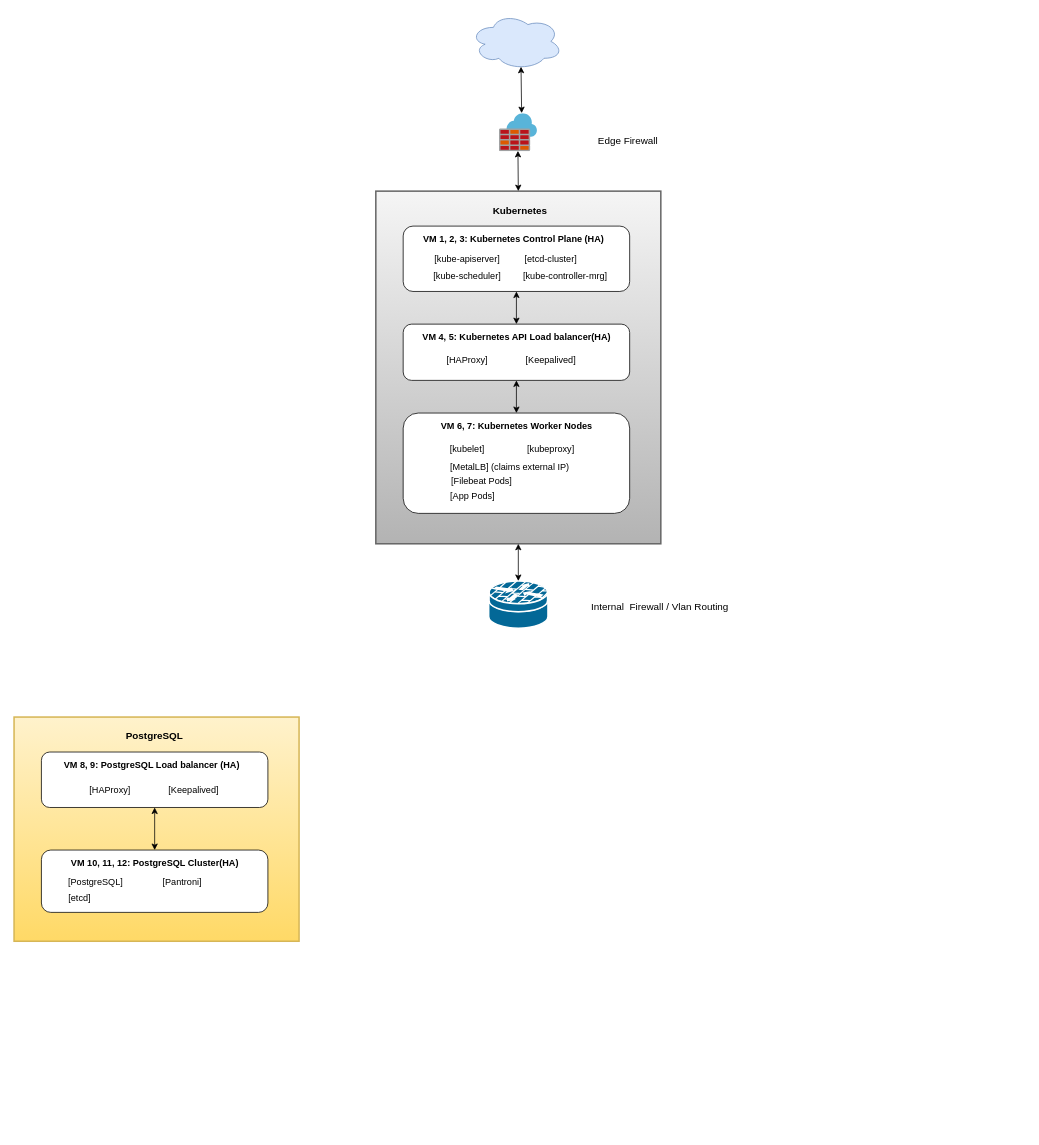
Above: HighLoad_FinalProject.drawio in fueller-max/otus_HighLoad (draw.io), before the change. Source tidied: cells renumbered, new cells numbered last; positions are measured from the earlier drawing's top-left corner, leaving out a move shared by most shapes. Both pictures are drawn from the tidied source at 76%, with x=0, y=0 at pixel (14, 13).
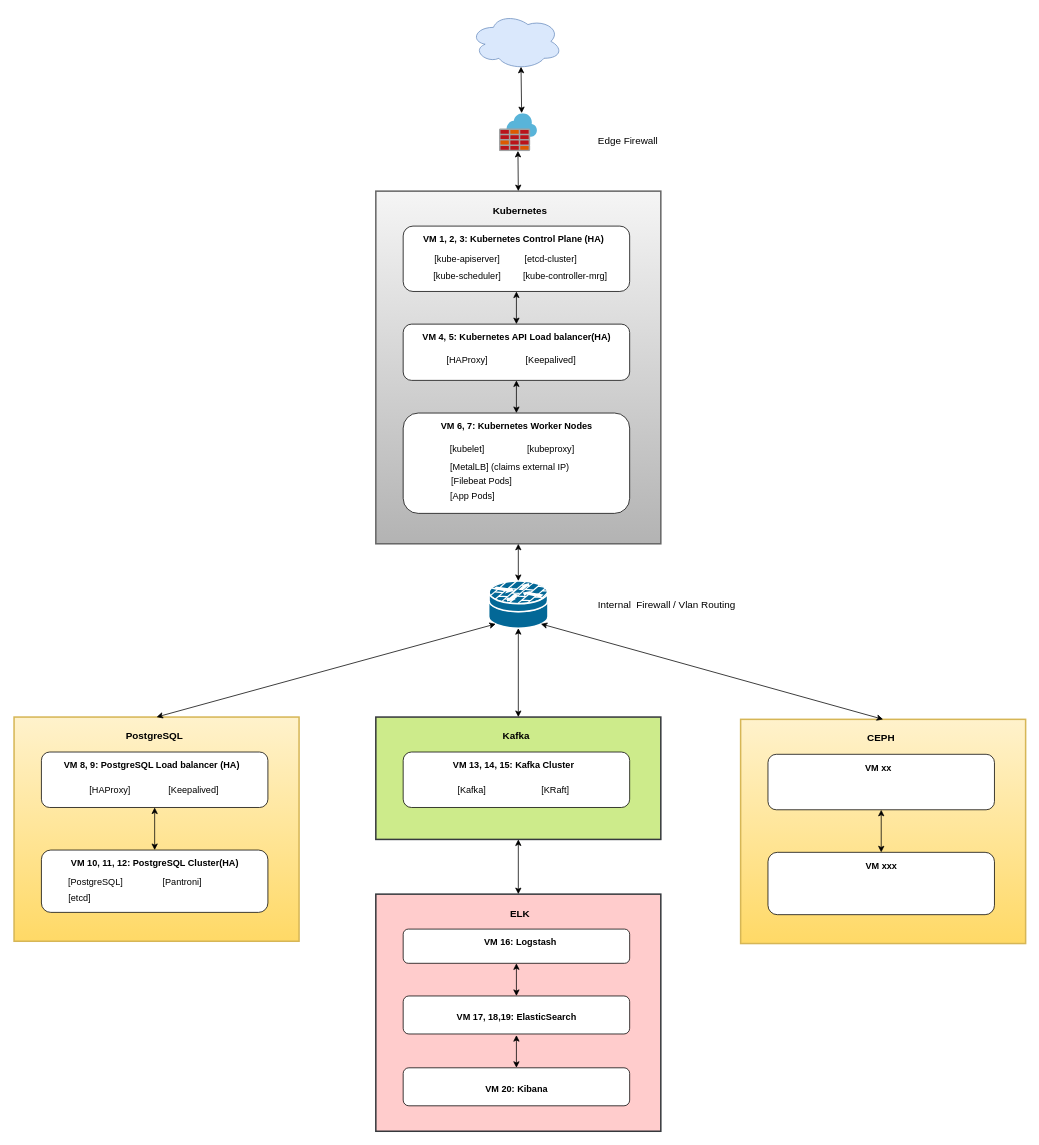
The same page after the edit.

The change refers to these unchanged cells:
```xml
<mxCell id="27" style="strokeColor=#ffffff;sketch=0;html=1;dashed=0;fillColor=#036897;strokeWidth=2;verticalLabelPosition=bottom;verticalAlign=top;align=center;outlineConnect=0;shape=mxgraph.cisco.security.router_firewall;" parent="1" vertex="1">
  <mxGeometry x="624.5" y="747" width="78" height="62" as="geometry" />
</mxCell>
<mxCell id="30" style="rounded=0;whiteSpace=wrap;html=1;strokeWidth=2;fillColor=#fff2cc;strokeColor=#d6b656;gradientColor=#ffd966;" parent="1" vertex="1">
  <mxGeometry y="926" width="375" height="295" as="geometry" />
</mxCell>
```

Change to the diagram source:
```diff
@@
     <mxCell id="28" value="&lt;font style=&quot;font-size: 13px;&quot;&gt;Internal&amp;nbsp; Firewall / Vlan Routing&lt;/font&gt;" style="text;html=1;whiteSpace=wrap;strokeColor=none;fillColor=none;align=center;verticalAlign=middle;rounded=0;" parent="1" vertex="1">
-      <mxGeometry x="747" y="766" width="206" height="30" as="geometry" />
+      <mxGeometry x="756" y="763" width="206" height="30" as="geometry" />
     </mxCell>
@@
+    <mxCell id="43" style="rounded=0;whiteSpace=wrap;html=1;strokeWidth=2;fillColor=#ffcccc;strokeColor=#36393d;" parent="1" vertex="1">
+      <mxGeometry x="476" y="1159" width="375" height="312" as="geometry" />
+    </mxCell>
+    <mxCell id="44" style="rounded=1;whiteSpace=wrap;html=1;" parent="1" vertex="1">
+      <mxGeometry x="512" y="1205" width="298" height="45" as="geometry" />
+    </mxCell>
+    <mxCell id="45" value="&lt;b&gt;VM 16: Logstash&lt;/b&gt;" style="text;html=1;whiteSpace=wrap;strokeColor=none;fillColor=none;align=center;verticalAlign=middle;rounded=0;" parent="1" vertex="1">
+      <mxGeometry x="538.8" y="1208" width="254.5" height="30" as="geometry" />
+    </mxCell>
+    <mxCell id="46" style="rounded=1;whiteSpace=wrap;html=1;" parent="1" vertex="1">
+      <mxGeometry x="512" y="1293" width="298" height="50" as="geometry" />
+    </mxCell>
+    <mxCell id="47" value="&lt;b&gt;VM 17, 18,19: ElasticSearch&lt;/b&gt;" style="text;html=1;whiteSpace=wrap;strokeColor=none;fillColor=none;align=center;verticalAlign=middle;rounded=0;" parent="1" vertex="1">
+      <mxGeometry x="533.8" y="1306" width="254.5" height="30" as="geometry" />
+    </mxCell>
+    <mxCell id="48" style="endArrow=classic;startArrow=classic;html=1;rounded=0;entryX=0.5;entryY=1;entryDx=0;entryDy=0;exitX=0.5;exitY=0;exitDx=0;exitDy=0;" parent="1" edge="1" source="46" target="44">
+      <mxGeometry relative="1" as="geometry" />
+    </mxCell>
+    <mxCell id="49" value="&lt;font style=&quot;font-size: 13px;&quot;&gt;&lt;b&gt;ELK&lt;/b&gt;&lt;/font&gt;" style="text;html=1;whiteSpace=wrap;strokeColor=none;fillColor=none;align=center;verticalAlign=middle;rounded=0;" parent="1" vertex="1">
+      <mxGeometry x="636" y="1169" width="60" height="30" as="geometry" />
+    </mxCell>
+    <mxCell id="50" style="endArrow=classic;startArrow=classic;html=1;rounded=0;entryX=0.12;entryY=0.91;entryDx=0;entryDy=0;entryPerimeter=0;exitX=0.5;exitY=0;exitDx=0;exitDy=0;" parent="1" edge="1" source="30" target="27">
+      <mxGeometry relative="1" as="geometry" />
+    </mxCell>
+    <mxCell id="51" style="rounded=0;whiteSpace=wrap;html=1;strokeWidth=2;fillColor=#cdeb8b;strokeColor=#36393d;" parent="1" vertex="1">
+      <mxGeometry x="476" y="926" width="375" height="161" as="geometry" />
+    </mxCell>
+    <mxCell id="52" style="rounded=1;whiteSpace=wrap;html=1;" parent="1" vertex="1">
+      <mxGeometry x="512" y="972" width="298" height="73" as="geometry" />
+    </mxCell>
+    <mxCell id="53" value="&lt;b&gt;VM 13, 14, 15: Kafka Cluster&lt;/b&gt;" style="text;html=1;whiteSpace=wrap;strokeColor=none;fillColor=none;align=center;verticalAlign=middle;rounded=0;" parent="1" vertex="1">
+      <mxGeometry x="530" y="975" width="254.5" height="30" as="geometry" />
+    </mxCell>
+    <mxCell id="54" value="[Kafka]" style="text;html=1;whiteSpace=wrap;strokeColor=none;fillColor=none;align=center;verticalAlign=middle;rounded=0;" parent="1" vertex="1">
+      <mxGeometry x="542.8" y="1008" width="119" height="30" as="geometry" />
+    </mxCell>
+    <mxCell id="55" value="[KRaft]" style="text;html=1;whiteSpace=wrap;strokeColor=none;fillColor=none;align=center;verticalAlign=middle;rounded=0;" parent="1" vertex="1">
+      <mxGeometry x="652.8" y="1008" width="119" height="30" as="geometry" />
+    </mxCell>
+    <mxCell id="56" value="&lt;font style=&quot;font-size: 13px;&quot;&gt;&lt;b&gt;Kafka&lt;/b&gt;&lt;/font&gt;" style="text;html=1;whiteSpace=wrap;strokeColor=none;fillColor=none;align=center;verticalAlign=middle;rounded=0;" parent="1" vertex="1">
+      <mxGeometry x="631" y="935" width="60" height="30" as="geometry" />
+    </mxCell>
+    <mxCell id="57" style="endArrow=classic;startArrow=classic;html=1;rounded=0;entryX=0.5;entryY=1;entryDx=0;entryDy=0;entryPerimeter=0;exitX=0.5;exitY=0;exitDx=0;exitDy=0;" parent="1" edge="1" source="51" target="27">
+      <mxGeometry relative="1" as="geometry" />
+    </mxCell>
+    <mxCell id="58" style="rounded=1;whiteSpace=wrap;html=1;" parent="1" vertex="1">
+      <mxGeometry x="512" y="1387.5" width="298" height="50" as="geometry" />
+    </mxCell>
+    <mxCell id="59" value="&lt;b&gt;VM 20: Kibana&lt;/b&gt;" style="text;html=1;whiteSpace=wrap;strokeColor=none;fillColor=none;align=center;verticalAlign=middle;rounded=0;" parent="1" vertex="1">
+      <mxGeometry x="533.8" y="1400.5" width="254.5" height="30" as="geometry" />
+    </mxCell>
+    <mxCell id="60" style="endArrow=classic;startArrow=classic;html=1;rounded=0;entryX=0.5;entryY=1;entryDx=0;entryDy=0;exitX=0.5;exitY=0;exitDx=0;exitDy=0;" parent="1" edge="1" source="58">
+      <mxGeometry relative="1" as="geometry">
+        <mxPoint x="661" y="1344.5" as="targetPoint" />
+      </mxGeometry>
+    </mxCell>
+    <mxCell id="61" style="endArrow=classic;startArrow=classic;html=1;rounded=0;entryX=0.5;entryY=1;entryDx=0;entryDy=0;exitX=0.5;exitY=0;exitDx=0;exitDy=0;" parent="1" edge="1" source="43" target="51">
+      <mxGeometry relative="1" as="geometry" />
+    </mxCell>
+    <mxCell id="62" style="rounded=0;whiteSpace=wrap;html=1;strokeWidth=2;fillColor=#fff2cc;strokeColor=#d6b656;gradientColor=#ffd966;" parent="1" vertex="1">
+      <mxGeometry x="956" y="929" width="375" height="295" as="geometry" />
+    </mxCell>
+    <mxCell id="63" style="rounded=1;whiteSpace=wrap;html=1;" parent="1" vertex="1">
+      <mxGeometry x="992" y="975" width="298" height="73" as="geometry" />
+    </mxCell>
+    <mxCell id="64" value="&lt;b&gt;VM xx&lt;/b&gt;" style="text;html=1;whiteSpace=wrap;strokeColor=none;fillColor=none;align=center;verticalAlign=middle;rounded=0;" parent="1" vertex="1">
+      <mxGeometry x="1010" y="978" width="254.5" height="30" as="geometry" />
+    </mxCell>
+    <mxCell id="65" style="rounded=1;whiteSpace=wrap;html=1;" parent="1" vertex="1">
+      <mxGeometry x="992" y="1104" width="298" height="82" as="geometry" />
+    </mxCell>
+    <mxCell id="66" value="&lt;b&gt;VM xxx&lt;/b&gt;" style="text;html=1;whiteSpace=wrap;strokeColor=none;fillColor=none;align=center;verticalAlign=middle;rounded=0;" parent="1" vertex="1">
+      <mxGeometry x="1013.8" y="1107" width="254.5" height="30" as="geometry" />
+    </mxCell>
+    <mxCell id="67" style="endArrow=classic;startArrow=classic;html=1;rounded=0;entryX=0.5;entryY=1;entryDx=0;entryDy=0;exitX=0.5;exitY=0;exitDx=0;exitDy=0;" parent="1" edge="1" source="65" target="63">
+      <mxGeometry relative="1" as="geometry" />
+    </mxCell>
+    <mxCell id="68" value="&lt;font style=&quot;font-size: 13px;&quot;&gt;&lt;b&gt;CEPH&lt;/b&gt;&lt;/font&gt;" style="text;html=1;whiteSpace=wrap;strokeColor=none;fillColor=none;align=center;verticalAlign=middle;rounded=0;" parent="1" vertex="1">
+      <mxGeometry x="1111" y="938" width="60" height="30" as="geometry" />
+    </mxCell>
+    <mxCell id="69" style="endArrow=classic;startArrow=classic;html=1;rounded=0;entryX=0.88;entryY=0.91;entryDx=0;entryDy=0;entryPerimeter=0;exitX=0.5;exitY=0;exitDx=0;exitDy=0;" parent="1" edge="1" source="62" target="27">
+      <mxGeometry relative="1" as="geometry" />
+    </mxCell>
```
